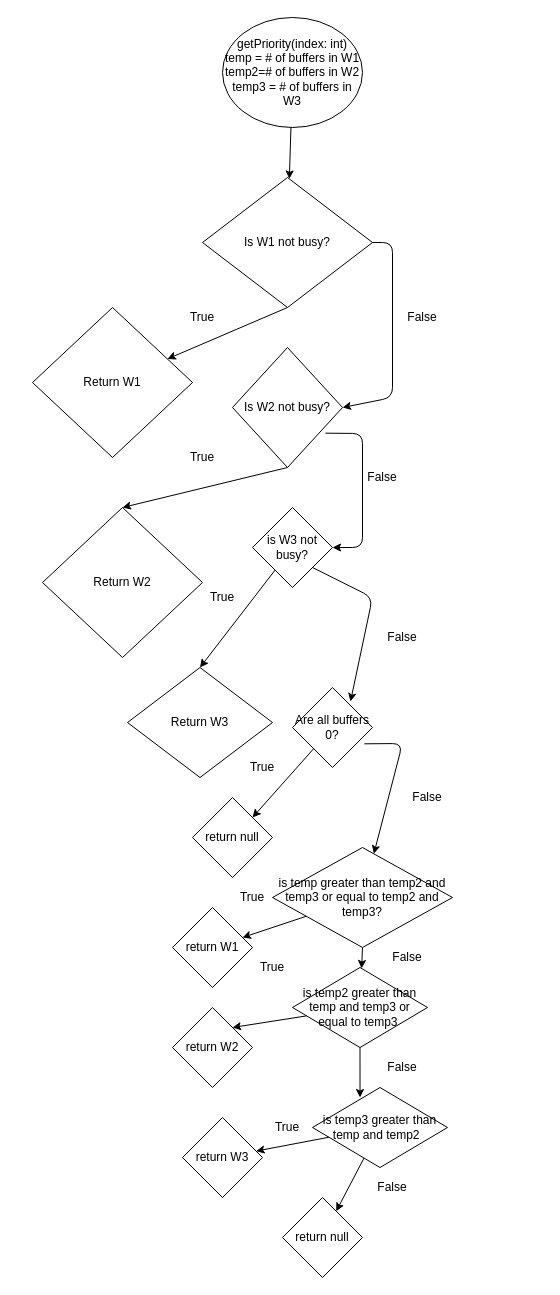
JulianMendoza/Manufacturing-Facility-Simulation keeps this draw.io diagram as flowcharts/SYSC4005-PriorityFlowChart.drawio. Above is the earlier version. Source tidied: cells renumbered, new cells numbered last; positions are measured from the earlier drawing's top-left corner, leaving out a move shared by most shapes. Both pictures are drawn from the tidied source at 100%, with x=0, y=0 at pixel (32, 17).
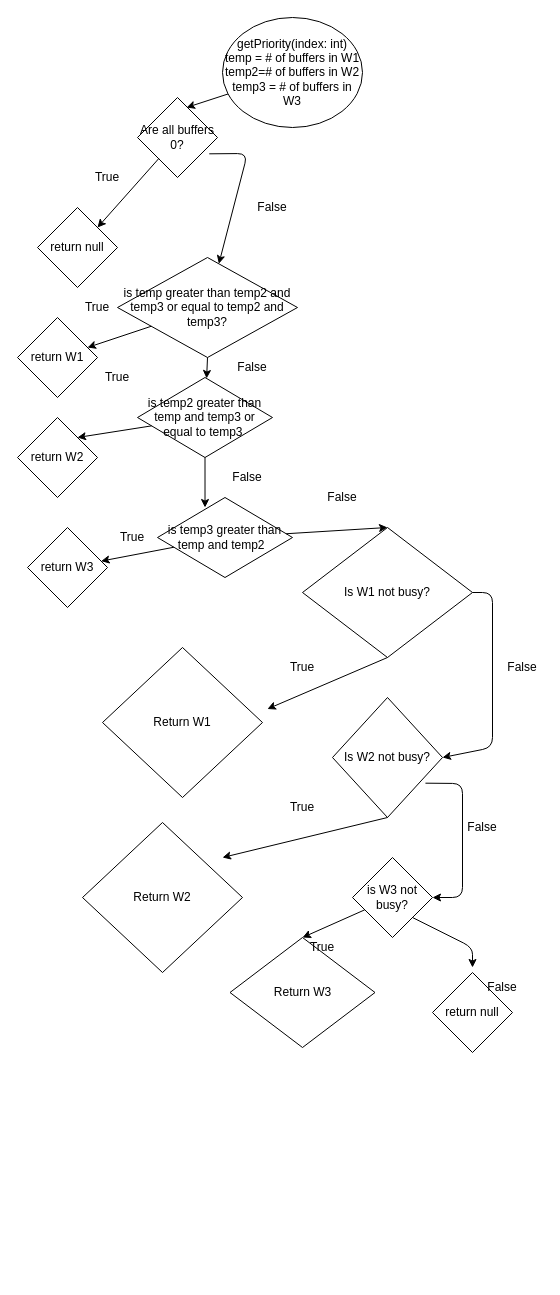
Above is the later version.

The change refers to these unchanged cells:
```xml
<mxCell id="2" value="getPriority(index: int)&lt;br&gt;temp = # of buffers in W1&lt;br&gt;temp2=# of buffers in W2&lt;br&gt;temp3 = # of buffers in W3" style="ellipse;whiteSpace=wrap;html=1;" parent="1" vertex="1">
  <mxGeometry x="190" width="140" height="110" as="geometry" />
</mxCell>
```

Diff of the diagram source:
```diff
@@
-    <mxCell id="3" style="endArrow=classic;html=1;" parent="1" edge="1" source="2" target="4">
+    <mxCell id="3" style="endArrow=classic;html=1;entryX=0.613;entryY=0.125;entryDx=0;entryDy=0;entryPerimeter=0;" parent="1" edge="1" source="2" target="20">
       <mxGeometry relative="1" as="geometry" />
     </mxCell>
     <mxCell id="4" value="Is W1 not busy?" style="rhombus;whiteSpace=wrap;html=1;" parent="1" vertex="1">
-      <mxGeometry x="170" y="160" width="170" height="130" as="geometry" />
+      <mxGeometry x="270" y="510" width="170" height="130" as="geometry" />
     </mxCell>
     <mxCell id="5" style="endArrow=classic;html=1;exitX=1;exitY=0.5;exitDx=0;exitDy=0;entryX=1;entryY=0.5;entryDx=0;entryDy=0;" parent="1" edge="1" source="4" target="8">
       <mxGeometry relative="1" as="geometry">
         <Array as="points">
-          <mxPoint x="360" y="225" />
-          <mxPoint x="360" y="380" />
+          <mxPoint x="460" y="575" />
+          <mxPoint x="460" y="730" />
         </Array>
       </mxGeometry>
     </mxCell>
     <mxCell id="6" value="Return W1" style="rhombus;whiteSpace=wrap;html=1;" parent="1" vertex="1">
-      <mxGeometry y="290" width="160" height="150" as="geometry" />
+      <mxGeometry x="70" y="630" width="160" height="150" as="geometry" />
     </mxCell>
-    <mxCell id="7" style="endArrow=classic;html=1;exitX=0.5;exitY=1;exitDx=0;exitDy=0;" parent="1" edge="1" source="4" target="6">
-      <mxGeometry relative="1" as="geometry" />
+    <mxCell id="7" style="endArrow=classic;html=1;exitX=0.5;exitY=1;exitDx=0;exitDy=0;" parent="1" edge="1" source="4">
+      <mxGeometry relative="1" as="geometry">
+        <mxPoint x="234.9" y="691.5" as="targetPoint" />
+      </mxGeometry>
     </mxCell>
     <mxCell id="8" value="Is W2 not busy?" style="rhombus;whiteSpace=wrap;html=1;" parent="1" vertex="1">
-      <mxGeometry x="200" y="330" width="110" height="120" as="geometry" />
+      <mxGeometry x="300" y="680" width="110" height="120" as="geometry" />
     </mxCell>
     <mxCell id="9" value="True" style="text;html=1;strokeColor=none;fillColor=none;align=center;verticalAlign=middle;whiteSpace=wrap;rounded=0;" parent="1" vertex="1">
-      <mxGeometry x="150" y="290" width="40" height="20" as="geometry" />
+      <mxGeometry x="250" y="640" width="40" height="20" as="geometry" />
     </mxCell>
     <mxCell id="10" value="False" style="text;html=1;strokeColor=none;fillColor=none;align=center;verticalAlign=middle;whiteSpace=wrap;rounded=0;" parent="1" vertex="1">
-      <mxGeometry x="370" y="290" width="40" height="20" as="geometry" />
+      <mxGeometry x="470" y="640" width="40" height="20" as="geometry" />
     </mxCell>
     <mxCell id="11" value="Return W2" style="rhombus;whiteSpace=wrap;html=1;" parent="1" vertex="1">
-      <mxGeometry x="10" y="490" width="160" height="150" as="geometry" />
+      <mxGeometry x="50" y="805" width="160" height="150" as="geometry" />
     </mxCell>
     <mxCell id="12" value="True" style="text;html=1;strokeColor=none;fillColor=none;align=center;verticalAlign=middle;whiteSpace=wrap;rounded=0;" parent="1" vertex="1">
-      <mxGeometry x="150" y="430" width="40" height="20" as="geometry" />
+      <mxGeometry x="250" y="780" width="40" height="20" as="geometry" />
     </mxCell>
-    <mxCell id="13" style="endArrow=classic;html=1;exitX=0.5;exitY=1;exitDx=0;exitDy=0;entryX=0.5;entryY=0;entryDx=0;entryDy=0;" parent="1" edge="1" source="8" target="11">
-      <mxGeometry relative="1" as="geometry" />
+    <mxCell id="13" style="endArrow=classic;html=1;exitX=0.5;exitY=1;exitDx=0;exitDy=0;entryX=0.5;entryY=0;entryDx=0;entryDy=0;" parent="1" edge="1" source="8">
+      <mxGeometry relative="1" as="geometry">
+        <mxPoint x="190" y="840" as="targetPoint" />
+      </mxGeometry>
     </mxCell>
     <mxCell id="14" style="endArrow=classic;html=1;exitX=0.845;exitY=0.714;exitDx=0;exitDy=0;exitPerimeter=0;" parent="1" edge="1" source="8" target="15">
       <mxGeometry relative="1" as="geometry">
         <Array as="points">
-          <mxPoint x="330" y="416" />
-          <mxPoint x="330" y="530" />
+          <mxPoint x="430" y="766" />
+          <mxPoint x="430" y="880" />
         </Array>
       </mxGeometry>
     </mxCell>
     <mxCell id="15" value="is W3 not busy?" style="rhombus;whiteSpace=wrap;html=1;" parent="1" vertex="1">
-      <mxGeometry x="220" y="490" width="80" height="80" as="geometry" />
+      <mxGeometry x="320" y="840" width="80" height="80" as="geometry" />
     </mxCell>
     <mxCell id="16" value="Return W3" style="rhombus;whiteSpace=wrap;html=1;" parent="1" vertex="1">
-      <mxGeometry x="95" y="650" width="145" height="110" as="geometry" />
+      <mxGeometry x="197.5" y="920" width="145" height="110" as="geometry" />
     </mxCell>
     <mxCell id="17" value="True" style="text;html=1;strokeColor=none;fillColor=none;align=center;verticalAlign=middle;whiteSpace=wrap;rounded=0;" parent="1" vertex="1">
-      <mxGeometry x="170" y="570" width="40" height="20" as="geometry" />
+      <mxGeometry x="270" y="920" width="40" height="20" as="geometry" />
     </mxCell>
@@
-    <mxCell id="19" style="endArrow=classic;html=1;exitX=1;exitY=1;exitDx=0;exitDy=0;entryX=0.725;entryY=0.175;entryDx=0;entryDy=0;entryPerimeter=0;" parent="1" edge="1" source="15" target="20">
+    <mxCell id="19" style="endArrow=classic;html=1;exitX=1;exitY=1;exitDx=0;exitDy=0;" parent="1" edge="1" source="15">
       <mxGeometry relative="1" as="geometry">
+        <mxPoint x="440" y="950" as="targetPoint" />
         <Array as="points">
-          <mxPoint x="340" y="580" />
+          <mxPoint x="440" y="930" />
         </Array>
       </mxGeometry>
     </mxCell>
     <mxCell id="20" value="Are all buffers 0?" style="rhombus;whiteSpace=wrap;html=1;" parent="1" vertex="1">
-      <mxGeometry x="260" y="670" width="80" height="80" as="geometry" />
+      <mxGeometry x="105" y="80" width="80" height="80" as="geometry" />
     </mxCell>
     <mxCell id="21" value="return null" style="rhombus;whiteSpace=wrap;html=1;" parent="1" vertex="1">
-      <mxGeometry x="160" y="780" width="80" height="80" as="geometry" />
+      <mxGeometry x="5" y="190" width="80" height="80" as="geometry" />
     </mxCell>
     <mxCell id="22" value="is temp greater than temp2 and temp3 or equal to temp2 and temp3?" style="rhombus;whiteSpace=wrap;html=1;" parent="1" vertex="1">
-      <mxGeometry x="240" y="830" width="180" height="100" as="geometry" />
+      <mxGeometry x="85" y="240" width="180" height="100" as="geometry" />
     </mxCell>
     <mxCell id="23" value="return W1" style="rhombus;whiteSpace=wrap;html=1;" parent="1" vertex="1">
-      <mxGeometry x="140" y="890" width="80" height="80" as="geometry" />
+      <mxGeometry x="-15" y="300" width="80" height="80" as="geometry" />
     </mxCell>
     <mxCell id="24" value="is temp2 greater than temp and temp3 or equal to temp3&amp;nbsp;" style="rhombus;whiteSpace=wrap;html=1;" parent="1" vertex="1">
-      <mxGeometry x="260" y="950" width="135" height="80" as="geometry" />
+      <mxGeometry x="105" y="360" width="135" height="80" as="geometry" />
     </mxCell>
     <mxCell id="25" value="return W2" style="rhombus;whiteSpace=wrap;html=1;" parent="1" vertex="1">
-      <mxGeometry x="140" y="990" width="80" height="80" as="geometry" />
+      <mxGeometry x="-15" y="400" width="80" height="80" as="geometry" />
     </mxCell>
     <mxCell id="26" value="is temp3 greater than temp and temp2&amp;nbsp;&amp;nbsp;" style="rhombus;whiteSpace=wrap;html=1;" parent="1" vertex="1">
-      <mxGeometry x="280" y="1070" width="135" height="80" as="geometry" />
+      <mxGeometry x="125" y="480" width="135" height="80" as="geometry" />
     </mxCell>
     <mxCell id="27" value="return W3" style="rhombus;whiteSpace=wrap;html=1;" parent="1" vertex="1">
-      <mxGeometry x="150" y="1100" width="80" height="80" as="geometry" />
+      <mxGeometry x="-5" y="510" width="80" height="80" as="geometry" />
     </mxCell>
     <mxCell id="28" value="return null" style="rhombus;whiteSpace=wrap;html=1;" parent="1" vertex="1">
-      <mxGeometry x="250" y="1180" width="80" height="80" as="geometry" />
+      <mxGeometry x="400" y="955" width="80" height="80" as="geometry" />
     </mxCell>
     <mxCell id="29" value="False" style="text;html=1;strokeColor=none;fillColor=none;align=center;verticalAlign=middle;whiteSpace=wrap;rounded=0;" parent="1" vertex="1">
-      <mxGeometry x="330" y="450" width="40" height="20" as="geometry" />
+      <mxGeometry x="430" y="800" width="40" height="20" as="geometry" />
     </mxCell>
     <mxCell id="30" value="False" style="text;html=1;strokeColor=none;fillColor=none;align=center;verticalAlign=middle;whiteSpace=wrap;rounded=0;" parent="1" vertex="1">
-      <mxGeometry x="350" y="610" width="40" height="20" as="geometry" />
+      <mxGeometry x="450" y="960" width="40" height="20" as="geometry" />
     </mxCell>
@@
     <mxCell id="32" value="True" style="text;html=1;strokeColor=none;fillColor=none;align=center;verticalAlign=middle;whiteSpace=wrap;rounded=0;" parent="1" vertex="1">
-      <mxGeometry x="210" y="740" width="40" height="20" as="geometry" />
+      <mxGeometry x="55" y="150" width="40" height="20" as="geometry" />
     </mxCell>
     <mxCell id="33" style="endArrow=classic;html=1;exitX=0.897;exitY=0.704;exitDx=0;exitDy=0;exitPerimeter=0;" parent="1" edge="1" source="20" target="22">
       <mxGeometry relative="1" as="geometry">
         <Array as="points">
-          <mxPoint x="370" y="726" />
+          <mxPoint x="215" y="136" />
         </Array>
       </mxGeometry>
     </mxCell>
     <mxCell id="34" value="False" style="text;html=1;strokeColor=none;fillColor=none;align=center;verticalAlign=middle;whiteSpace=wrap;rounded=0;" parent="1" vertex="1">
-      <mxGeometry x="375" y="770" width="40" height="20" as="geometry" />
+      <mxGeometry x="220" y="180" width="40" height="20" as="geometry" />
     </mxCell>
@@
-    <mxCell id="38" style="endArrow=classic;html=1;" parent="1" edge="1" source="26" target="28">
-      <mxGeometry relative="1" as="geometry" />
-    </mxCell>
@@
     <mxCell id="41" value="True" style="text;html=1;strokeColor=none;fillColor=none;align=center;verticalAlign=middle;whiteSpace=wrap;rounded=0;" parent="1" vertex="1">
-      <mxGeometry x="200" y="870" width="40" height="20" as="geometry" />
+      <mxGeometry x="45" y="280" width="40" height="20" as="geometry" />
     </mxCell>
     <mxCell id="42" value="True" style="text;html=1;strokeColor=none;fillColor=none;align=center;verticalAlign=middle;whiteSpace=wrap;rounded=0;" parent="1" vertex="1">
-      <mxGeometry x="220" y="940" width="40" height="20" as="geometry" />
+      <mxGeometry x="65" y="350" width="40" height="20" as="geometry" />
     </mxCell>
     <mxCell id="43" value="True" style="text;html=1;strokeColor=none;fillColor=none;align=center;verticalAlign=middle;whiteSpace=wrap;rounded=0;" parent="1" vertex="1">
-      <mxGeometry x="235" y="1100" width="40" height="20" as="geometry" />
+      <mxGeometry x="80" y="510" width="40" height="20" as="geometry" />
     </mxCell>
     <mxCell id="44" value="False" style="text;html=1;strokeColor=none;fillColor=none;align=center;verticalAlign=middle;whiteSpace=wrap;rounded=0;" parent="1" vertex="1">
-      <mxGeometry x="340" y="1160" width="40" height="20" as="geometry" />
+      <mxGeometry x="290" y="470" width="40" height="20" as="geometry" />
     </mxCell>
     <mxCell id="45" value="False" style="text;html=1;strokeColor=none;fillColor=none;align=center;verticalAlign=middle;whiteSpace=wrap;rounded=0;" parent="1" vertex="1">
-      <mxGeometry x="350" y="1040" width="40" height="20" as="geometry" />
+      <mxGeometry x="195" y="450" width="40" height="20" as="geometry" />
     </mxCell>
     <mxCell id="46" value="False" style="text;html=1;strokeColor=none;fillColor=none;align=center;verticalAlign=middle;whiteSpace=wrap;rounded=0;" parent="1" vertex="1">
-      <mxGeometry x="355" y="930" width="40" height="20" as="geometry" />
+      <mxGeometry x="200" y="340" width="40" height="20" as="geometry" />
     </mxCell>
+    <mxCell id="47" style="endArrow=classic;html=1;entryX=0.5;entryY=0;entryDx=0;entryDy=0;" parent="1" edge="1" source="26" target="4">
+      <mxGeometry relative="1" as="geometry" />
+    </mxCell>
```
